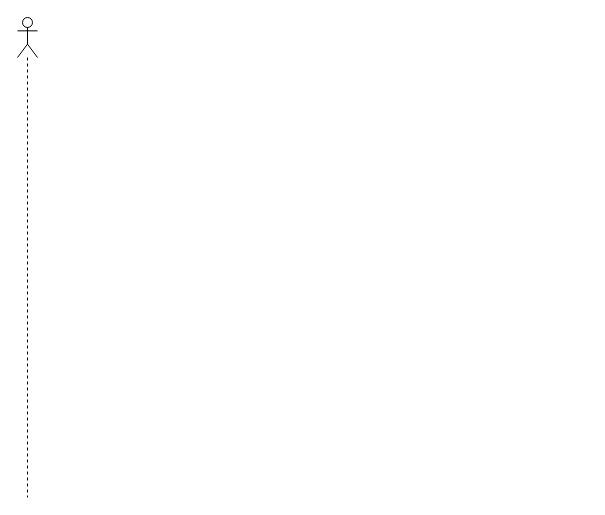
Before: page "search recipe" (1 of 2) of user-search-recipe-seq.drawio in mnanwarmz/fyp-diagrams, a draw.io diagram. Source tidied: cells renumbered, new cells numbered last; positions are measured from the earlier drawing's top-left corner, leaving out a move shared by most shapes. Both pictures are drawn from the tidied source at 100%, with x=0, y=0 at pixel (17, 17).
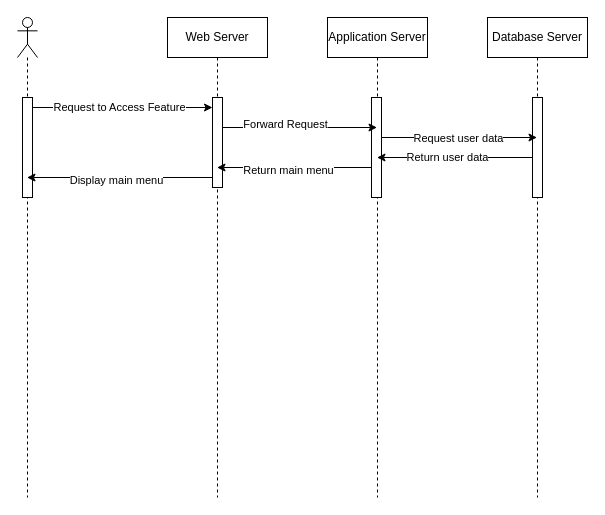
The same diagram, later.

The change refers to these unchanged cells:
```xml
<mxCell id="2" style="shape=umlLifeline;participant=umlActor;perimeter=lifelinePerimeter;whiteSpace=wrap;html=1;verticalAlign=top;spacingTop=36;outlineConnect=0;" parent="1" vertex="1">
  <mxGeometry width="20" height="480" as="geometry" />
</mxCell>
```

The edit, as a diff of the source:
```diff
@@
+    <mxCell id="3" style="html=1;points=[];perimeter=orthogonalPerimeter;" parent="2" vertex="1">
+      <mxGeometry x="5" y="80" width="10" height="100" as="geometry" />
+    </mxCell>
+    <mxCell id="4" value="Web Server" style="shape=umlLifeline;perimeter=lifelinePerimeter;whiteSpace=wrap;html=1;outlineConnect=0;" parent="1" vertex="1">
+      <mxGeometry x="150" width="100" height="480" as="geometry" />
+    </mxCell>
+    <mxCell id="5" style="html=1;points=[];perimeter=orthogonalPerimeter;" parent="4" vertex="1">
+      <mxGeometry x="45" y="80" width="10" height="90" as="geometry" />
+    </mxCell>
+    <mxCell id="6" value="Application Server" style="shape=umlLifeline;perimeter=lifelinePerimeter;whiteSpace=wrap;html=1;outlineConnect=0;" parent="1" vertex="1">
+      <mxGeometry x="310" width="100" height="480" as="geometry" />
+    </mxCell>
+    <mxCell id="7" style="html=1;points=[];perimeter=orthogonalPerimeter;" parent="6" vertex="1">
+      <mxGeometry x="44" y="80" width="10" height="100" as="geometry" />
+    </mxCell>
+    <mxCell id="8" value="Database Server" style="shape=umlLifeline;perimeter=lifelinePerimeter;whiteSpace=wrap;html=1;outlineConnect=0;" parent="1" vertex="1">
+      <mxGeometry x="470" width="100" height="480" as="geometry" />
+    </mxCell>
+    <mxCell id="9" style="html=1;points=[];perimeter=orthogonalPerimeter;" parent="8" vertex="1">
+      <mxGeometry x="45" y="80" width="10" height="100" as="geometry" />
+    </mxCell>
+    <mxCell id="10" style="edgeStyle=none;html=1;" parent="1" edge="1" source="3" target="5">
+      <mxGeometry relative="1" as="geometry">
+        <Array as="points">
+          <mxPoint x="120" y="90" />
+        </Array>
+      </mxGeometry>
+    </mxCell>
+    <mxCell id="11" value="Request to Access Feature" style="edgeLabel;html=1;align=center;verticalAlign=middle;" parent="10" vertex="1">
+      <mxGeometry x="-0.05" y="1" relative="1" as="geometry" />
+    </mxCell>
+    <mxCell id="12" style="edgeStyle=none;html=1;" parent="1" edge="1" source="7" target="8">
+      <mxGeometry relative="1" as="geometry">
+        <Array as="points">
+          <mxPoint x="450" y="120" />
+        </Array>
+      </mxGeometry>
+    </mxCell>
+    <mxCell id="13" value="Request user data" style="edgeLabel;html=1;align=center;verticalAlign=middle;" parent="12" vertex="1">
+      <mxGeometry x="-0.23" y="-1" relative="1" as="geometry">
+        <mxPoint x="16" y="-1" as="offset" />
+      </mxGeometry>
+    </mxCell>
+    <mxCell id="14" style="edgeStyle=none;html=1;" parent="1" edge="1" source="5" target="6">
+      <mxGeometry relative="1" as="geometry">
+        <Array as="points">
+          <mxPoint x="280" y="110" />
+        </Array>
+      </mxGeometry>
+    </mxCell>
+    <mxCell id="15" value="Forward Request" style="edgeLabel;html=1;align=center;verticalAlign=middle;" parent="14" vertex="1">
+      <mxGeometry x="-0.2" y="4" relative="1" as="geometry" />
+    </mxCell>
+    <mxCell id="16" style="edgeStyle=none;html=1;" parent="1" edge="1" source="9" target="6">
+      <mxGeometry relative="1" as="geometry">
+        <Array as="points">
+          <mxPoint x="440" y="140" />
+        </Array>
+      </mxGeometry>
+    </mxCell>
+    <mxCell id="17" value="Return user data" style="edgeLabel;html=1;align=center;verticalAlign=middle;" parent="16" vertex="1">
+      <mxGeometry x="0.11" y="-1" relative="1" as="geometry" />
+    </mxCell>
+    <mxCell id="18" style="edgeStyle=none;html=1;" parent="1" edge="1" source="7" target="4">
+      <mxGeometry relative="1" as="geometry">
+        <Array as="points">
+          <mxPoint x="280" y="150" />
+        </Array>
+      </mxGeometry>
+    </mxCell>
+    <mxCell id="19" value="Return main menu" style="edgeLabel;html=1;align=center;verticalAlign=middle;" parent="18" vertex="1">
+      <mxGeometry x="0.09" y="2" relative="1" as="geometry" />
+    </mxCell>
+    <mxCell id="20" style="edgeStyle=none;html=1;" parent="1" edge="1" source="5" target="2">
+      <mxGeometry relative="1" as="geometry">
+        <Array as="points">
+          <mxPoint x="110" y="160" />
+        </Array>
+      </mxGeometry>
+    </mxCell>
+    <mxCell id="21" value="Display main menu" style="edgeLabel;html=1;align=center;verticalAlign=middle;" parent="20" vertex="1">
+      <mxGeometry x="0.05" y="2" relative="1" as="geometry" />
+    </mxCell>
```
